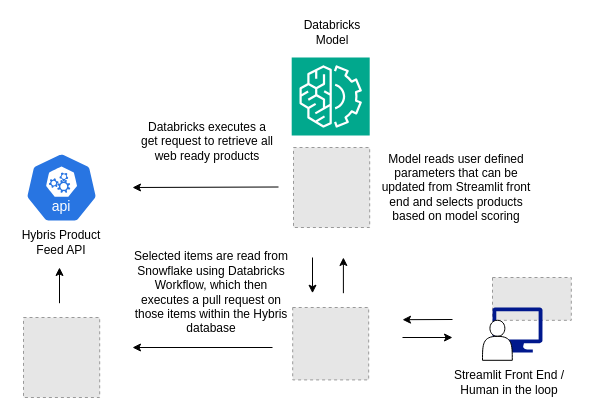
Before: simple_ea_diagram.drawio in danielbsimpson/images_matplotlib, a draw.io diagram. Source tidied: cells renumbered, new cells numbered last; positions are measured from the earlier drawing's top-left corner, leaving out a move shared by most shapes. Both pictures are drawn from the tidied source at 100%, with x=0, y=0 at pixel (16, 17). Pictures stored in the file or linked from it are replaced by grey dashed boxes.
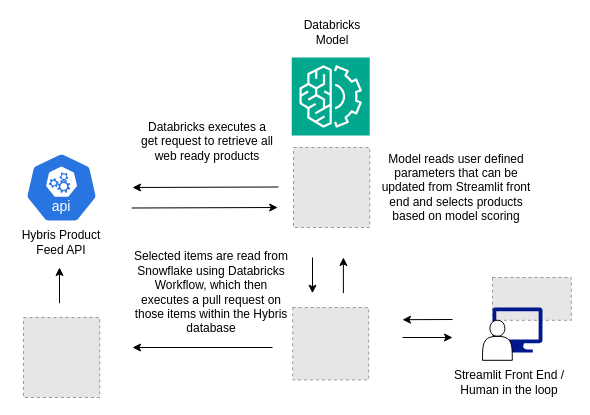
The same diagram, later.

The edit, as a diff of the source:
```diff
@@
+    <mxCell id="23" style="endArrow=classic;html=1;rounded=0;" parent="1" edge="1">
+      <mxGeometry relative="1" as="geometry">
+        <mxPoint x="115.2" y="190.5" as="sourcePoint" />
+        <mxPoint x="261.2" y="190" as="targetPoint" />
+      </mxGeometry>
+    </mxCell>
```
